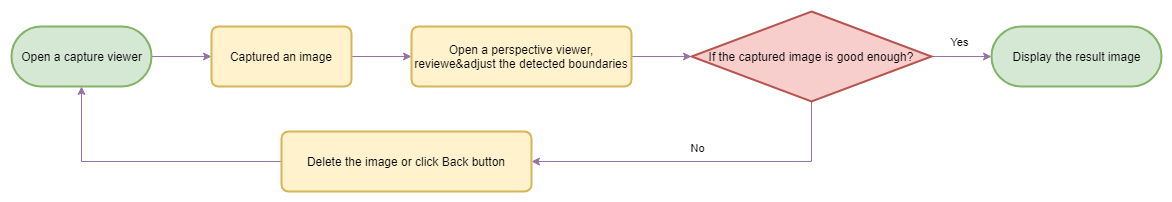
Earlier version of the draw.io export assets/imgs/sample1.png (dynamsoft-docs/mobile-document-scanner-docs-js). Source tidied: cells renumbered, new cells last; positions are measured from the earlier drawing's top-left corner, leaving out a move shared by most shapes.
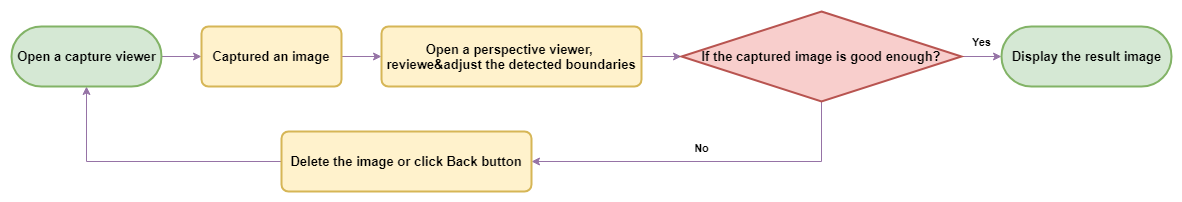
Later version of the same file.

The edit, as a diff of the source:
```diff
@@ -8,19 +8,19 @@
     <mxCell id="3" style="edgeStyle=orthogonalEdgeStyle;rounded=0;jettySize=auto;html=1;fillColor=#e1d5e7;strokeColor=#9673a6;" parent="1" edge="1" source="4" target="6">
       <mxGeometry relative="1" as="geometry" />
     </mxCell>
-    <mxCell id="4" value="&lt;span&gt;Captured an image&lt;/span&gt;" style="rounded=1;whiteSpace=wrap;html=1;absoluteArcSize=1;arcSize=14;strokeWidth=2;fillColor=#fff2cc;strokeColor=#d6b656;" parent="1" vertex="1">
-      <mxGeometry x="210" y="25" width="140" height="60" as="geometry" />
+    <mxCell id="4" value="&lt;span&gt;&lt;font style=&quot;font-size: 13px&quot;&gt;&lt;b&gt;Captured an image&lt;/b&gt;&lt;/font&gt;&lt;/span&gt;" style="rounded=1;whiteSpace=wrap;html=1;absoluteArcSize=1;arcSize=14;strokeWidth=2;fillColor=#fff2cc;strokeColor=#d6b656;" parent="1" vertex="1">
+      <mxGeometry x="200" y="25" width="140" height="60" as="geometry" />
     </mxCell>
     <mxCell id="5" style="edgeStyle=orthogonalEdgeStyle;rounded=0;jettySize=auto;html=1;fillColor=#e1d5e7;strokeColor=#9673a6;" parent="1" edge="1" source="6" target="11">
       <mxGeometry relative="1" as="geometry" />
     </mxCell>
-    <mxCell id="6" value="Open a perspective viewer, reviewe&amp;amp;adjust the detected boundaries" style="rounded=1;whiteSpace=wrap;html=1;absoluteArcSize=1;arcSize=14;strokeWidth=2;fillColor=#fff2cc;strokeColor=#d6b656;" parent="1" vertex="1">
-      <mxGeometry x="410" y="25" width="220" height="60" as="geometry" />
+    <mxCell id="6" value="&lt;font style=&quot;font-size: 13px&quot;&gt;&lt;b&gt;Open a perspective viewer, &lt;br&gt;reviewe&amp;amp;adjust the detected boundaries&lt;/b&gt;&lt;/font&gt;" style="rounded=1;whiteSpace=wrap;html=1;absoluteArcSize=1;arcSize=14;strokeWidth=2;fillColor=#fff2cc;strokeColor=#d6b656;" parent="1" vertex="1">
+      <mxGeometry x="380" y="25" width="260" height="60" as="geometry" />
     </mxCell>
     <mxCell id="7" style="edgeStyle=orthogonalEdgeStyle;rounded=0;jettySize=auto;html=1;entryX=0;entryY=0.5;entryDx=0;entryDy=0;entryPerimeter=0;fillColor=#e1d5e7;strokeColor=#9673a6;" parent="1" edge="1" source="11" target="15">
       <mxGeometry relative="1" as="geometry" />
     </mxCell>
-    <mxCell id="8" value="Yes" style="edgeLabel;html=1;align=center;verticalAlign=middle;" parent="7" vertex="1">
+    <mxCell id="8" value="Yes" style="edgeLabel;html=1;align=center;verticalAlign=middle;fontStyle=1;" parent="7" vertex="1">
       <mxGeometry x="-0.25" y="-5" relative="1" as="geometry">
         <mxPoint x="4" y="-20" as="offset" />
       </mxGeometry>
@@ -28,32 +28,32 @@
     <mxCell id="9" style="edgeStyle=orthogonalEdgeStyle;rounded=0;jettySize=auto;html=1;entryX=1;entryY=0.5;entryDx=0;entryDy=0;exitX=0.5;exitY=1;exitDx=0;exitDy=0;exitPerimeter=0;fillColor=#e1d5e7;strokeColor=#9673a6;" parent="1" edge="1" source="11" target="13">
       <mxGeometry relative="1" as="geometry">
         <Array as="points">
-          <mxPoint x="810" y="160" />
+          <mxPoint x="820" y="160" />
         </Array>
       </mxGeometry>
     </mxCell>
-    <mxCell id="10" value="No" style="edgeLabel;html=1;align=center;verticalAlign=middle;" parent="9" vertex="1">
+    <mxCell id="10" value="No" style="edgeLabel;html=1;align=center;verticalAlign=middle;fontStyle=1;" parent="9" vertex="1">
       <mxGeometry x="0.14" y="-4" relative="1" as="geometry">
         <mxPoint x="19" y="-10" as="offset" />
       </mxGeometry>
     </mxCell>
-    <mxCell id="11" value="If the captured image is good enough?" style="strokeWidth=2;html=1;shape=mxgraph.flowchart.decision;whiteSpace=wrap;fillColor=#f8cecc;strokeColor=#b85450;" parent="1" vertex="1">
-      <mxGeometry x="690" y="10" width="240" height="90" as="geometry" />
+    <mxCell id="11" value="&lt;font style=&quot;font-size: 13px&quot;&gt;&lt;b&gt;If the captured image is good enough?&lt;/b&gt;&lt;/font&gt;" style="strokeWidth=2;html=1;shape=mxgraph.flowchart.decision;whiteSpace=wrap;fillColor=#f8cecc;strokeColor=#b85450;" parent="1" vertex="1">
+      <mxGeometry x="680" y="10" width="280" height="90" as="geometry" />
     </mxCell>
     <mxCell id="12" style="edgeStyle=orthogonalEdgeStyle;rounded=0;jettySize=auto;html=1;entryX=0.5;entryY=0.5;entryDx=0;entryDy=30;entryPerimeter=0;fillColor=#e1d5e7;strokeColor=#9673a6;" parent="1" edge="1" source="13" target="14">
       <mxGeometry relative="1" as="geometry" />
     </mxCell>
-    <mxCell id="13" value="Delete the image or click Back button" style="rounded=1;whiteSpace=wrap;html=1;absoluteArcSize=1;arcSize=14;strokeWidth=2;fillColor=#fff2cc;strokeColor=#d6b656;" parent="1" vertex="1">
+    <mxCell id="13" value="&lt;font style=&quot;font-size: 13px&quot;&gt;&lt;b&gt;Delete the image or click Back button&lt;/b&gt;&lt;/font&gt;" style="rounded=1;whiteSpace=wrap;html=1;absoluteArcSize=1;arcSize=14;strokeWidth=2;fillColor=#fff2cc;strokeColor=#d6b656;" parent="1" vertex="1">
       <mxGeometry x="280" y="130" width="250" height="60" as="geometry" />
     </mxCell>
-    <mxCell id="14" value="&lt;span&gt;Open a capture viewer&lt;/span&gt;" style="html=1;dashed=0;whitespace=wrap;shape=mxgraph.dfd.start;strokeWidth=2;fillColor=#d5e8d4;strokeColor=#82b366;" parent="1" vertex="1">
-      <mxGeometry x="10" y="25" width="140" height="60" as="geometry" />
+    <mxCell id="14" value="&lt;span&gt;&lt;b&gt;&lt;font style=&quot;font-size: 13px&quot;&gt;Open a capture viewer&lt;/font&gt;&lt;/b&gt;&lt;/span&gt;" style="html=1;dashed=0;whitespace=wrap;shape=mxgraph.dfd.start;strokeWidth=2;fillColor=#d5e8d4;strokeColor=#82b366;" parent="1" vertex="1">
+      <mxGeometry x="10" y="25" width="150" height="60" as="geometry" />
     </mxCell>
-    <mxCell id="15" value="&lt;span&gt;Display the result image&lt;/span&gt;" style="html=1;dashed=0;whitespace=wrap;shape=mxgraph.dfd.start;strokeWidth=2;fillColor=#d5e8d4;strokeColor=#82b366;" parent="1" vertex="1">
-      <mxGeometry x="990" y="25" width="170" height="60" as="geometry" />
+    <mxCell id="15" value="&lt;span&gt;&lt;font style=&quot;font-size: 13px&quot;&gt;&lt;b&gt;Display the result image&lt;/b&gt;&lt;/font&gt;&lt;/span&gt;" style="html=1;dashed=0;whitespace=wrap;shape=mxgraph.dfd.start;strokeWidth=2;fillColor=#d5e8d4;strokeColor=#82b366;" parent="1" vertex="1">
+      <mxGeometry x="1000" y="25" width="170" height="60" as="geometry" />
     </mxCell>
     <mxCell id="16" style="rounded=0;whiteSpace=wrap;html=1;strokeWidth=2;fillColor=none;strokeColor=none;" parent="1" vertex="1">
-      <mxGeometry width="1170" height="200" as="geometry" />
+      <mxGeometry width="1180" height="200" as="geometry" />
     </mxCell>
   </root>
 </mxGraphModel>
```
